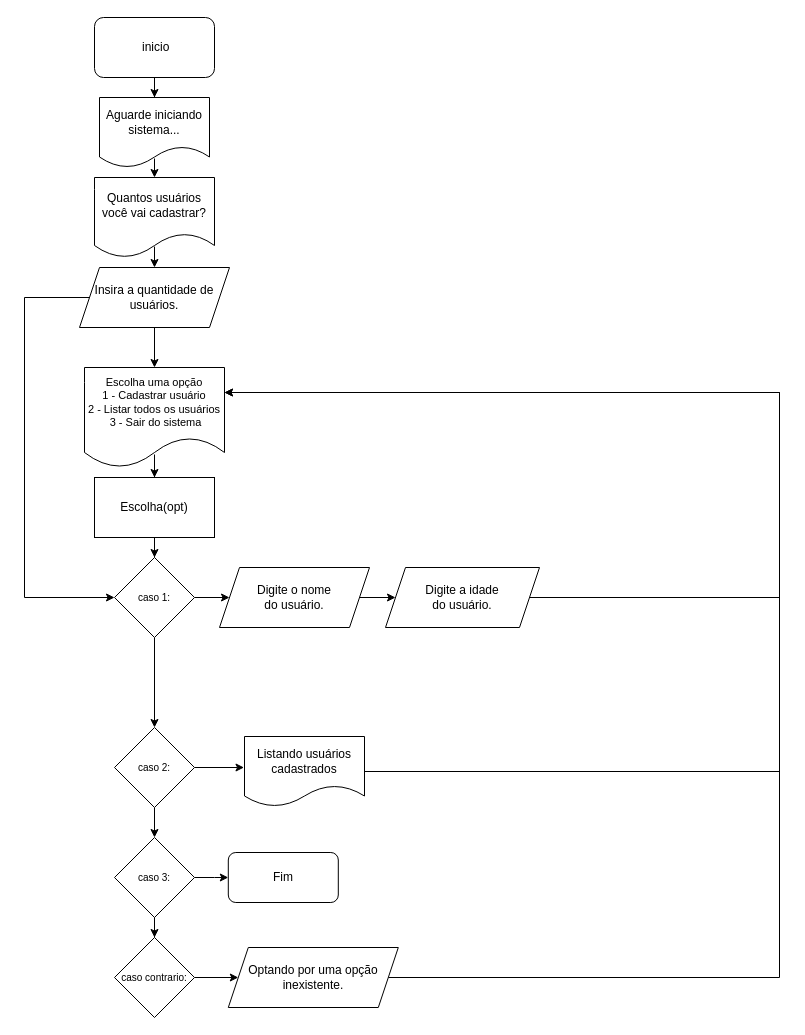
Before: Arquivos Completo/fluxograma.drawio in KauaWB02/situacao-de-aprendizagem, a draw.io diagram. Source tidied: cells renumbered, new cells numbered last; positions are measured from the earlier drawing's top-left corner, leaving out a move shared by most shapes. Both pictures are drawn from the tidied source at 100%, with x=0, y=0 at pixel (24, 17).
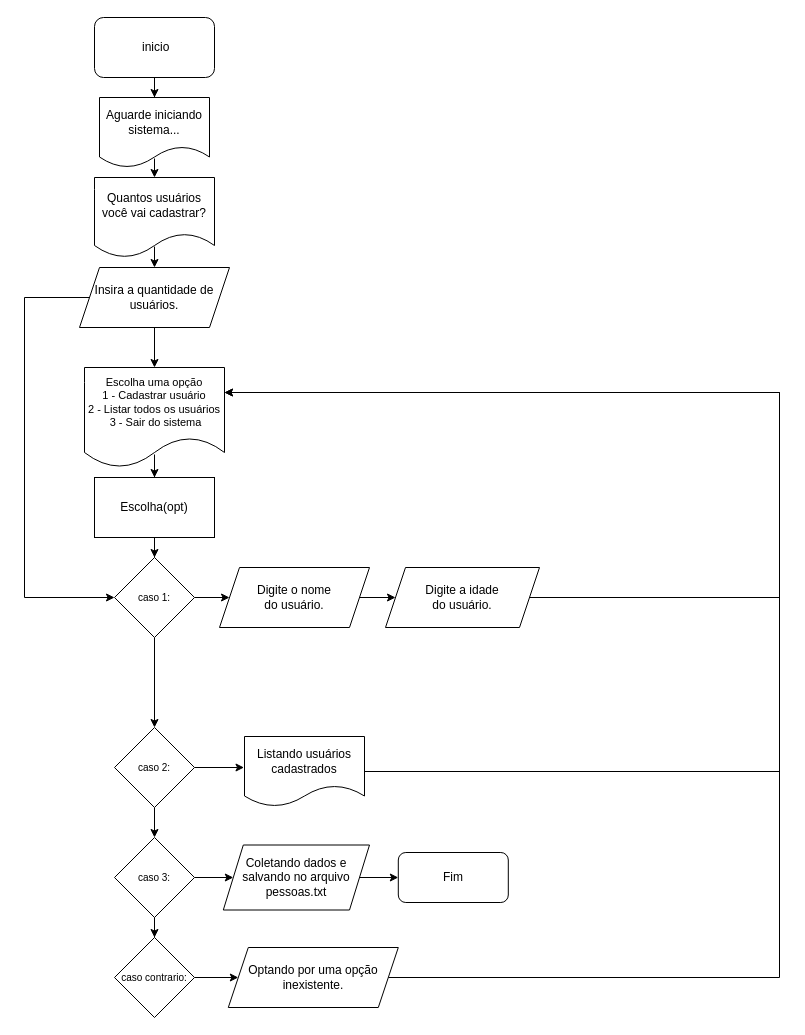
After the change.

Unchanged cells that the change refers to:
```xml
<mxCell id="22" value="caso 3:" style="rhombus;whiteSpace=wrap;html=1;fontSize=10;" parent="1" vertex="1">
  <mxGeometry x="90" y="820" width="80" height="80" as="geometry" />
</mxCell>
```

Diff of the diagram source:
```diff
@@
-    <mxCell id="20" style="edgeStyle=orthogonalEdgeStyle;rounded=0;jettySize=auto;html=1;fontSize=12;" parent="1" edge="1" source="22">
-      <mxGeometry relative="1" as="geometry">
-        <mxPoint x="203.8" y="860" as="targetPoint" />
-      </mxGeometry>
-    </mxCell>
@@
+    <mxCell id="35" style="edgeStyle=orthogonalEdgeStyle;rounded=0;jettySize=auto;html=1;" parent="1" edge="1" source="22" target="37">
+      <mxGeometry relative="1" as="geometry" />
+    </mxCell>
@@
     <mxCell id="23" value="Fim" style="rounded=1;whiteSpace=wrap;html=1;fontSize=12;" parent="1" vertex="1">
-      <mxGeometry x="203.8" y="835" width="110" height="50" as="geometry" />
+      <mxGeometry x="373.8" y="835" width="110" height="50" as="geometry" />
     </mxCell>
@@
+    <mxCell id="36" style="edgeStyle=orthogonalEdgeStyle;rounded=0;jettySize=auto;html=1;" parent="1" edge="1" source="37" target="23">
+      <mxGeometry relative="1" as="geometry" />
+    </mxCell>
+    <mxCell id="37" value="Coletando dados e salvando no arquivo pessoas.txt" style="shape=parallelogram;perimeter=parallelogramPerimeter;whiteSpace=wrap;html=1;fixedSize=1;" parent="1" vertex="1">
+      <mxGeometry x="198.8" y="827.5" width="146.2" height="65" as="geometry" />
+    </mxCell>
```
